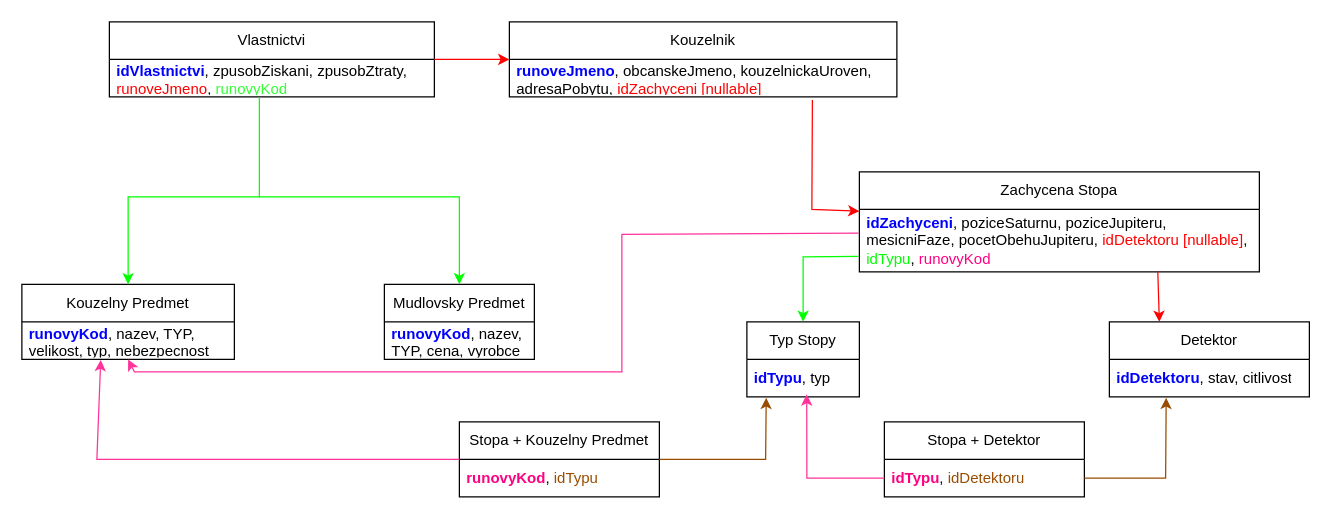
Dandys3900/IDS-Project keeps this draw.io diagram as relacnidatabaze.drawio. Above is the earlier version. Source tidied: cells renumbered, new cells numbered last; positions are measured from the earlier drawing's top-left corner, leaving out a move shared by most shapes. Both pictures are drawn from the tidied source at 125%, with x=0, y=0 at pixel (21, 21).
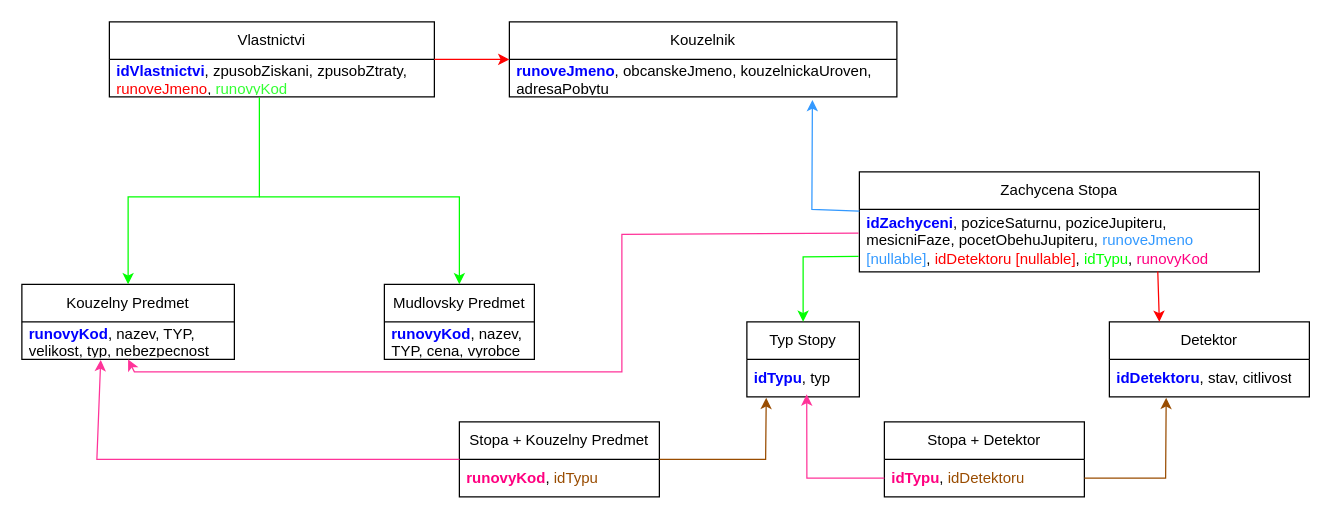
Above is the later version.

Unchanged cells that the change refers to:
```xml
<mxCell id="4" value="Kouzelnik" style="swimlane;fontStyle=0;horizontal=1;startSize=30;whiteSpace=wrap;html=1;" parent="1" vertex="1">
  <mxGeometry x="390" width="310" height="60" as="geometry" />
</mxCell>
<mxCell id="7" value="Zachycena Stopa" style="swimlane;fontStyle=0;horizontal=1;startSize=30;whiteSpace=wrap;html=1;" parent="1" vertex="1">
  <mxGeometry x="670" y="120" width="320" height="80" as="geometry" />
</mxCell>
```

What changed in the source:
```diff
@@
-    <mxCell id="5" value="&lt;b&gt;&lt;font color=&quot;#0000ff&quot;&gt;runoveJmeno&lt;/font&gt;&lt;/b&gt;, obcanskeJmeno, kouzelnickaUroven, adresaPobytu, &lt;font color=&quot;#ff0000&quot;&gt;idZachyceni [nullable]&lt;/font&gt;" style="text;strokeColor=none;fillColor=none;align=left;verticalAlign=middle;spacingLeft=4;spacingRight=4;overflow=hidden;points=[[0,0.5],[1,0.5]];portConstraint=eastwest;whiteSpace=wrap;html=1;" parent="4" vertex="1">
+    <mxCell id="5" value="&lt;b&gt;&lt;font color=&quot;#0000ff&quot;&gt;runoveJmeno&lt;/font&gt;&lt;/b&gt;, obcanskeJmeno, kouzelnickaUroven, adresaPobytu" style="text;strokeColor=none;fillColor=none;align=left;verticalAlign=middle;spacingLeft=4;spacingRight=4;overflow=hidden;points=[[0,0.5],[1,0.5]];portConstraint=eastwest;whiteSpace=wrap;html=1;" parent="4" vertex="1">
       <mxGeometry y="30" width="310" height="30" as="geometry" />
     </mxCell>
@@
-    <mxCell id="8" value="&lt;b&gt;&lt;font color=&quot;#0000ff&quot;&gt;idZachyceni&lt;/font&gt;&lt;/b&gt;, poziceSaturnu, poziceJupiteru, mesicniFaze, pocetObehuJupiteru,&amp;nbsp;&lt;font color=&quot;#ff0000&quot;&gt;idDetektoru [nullable]&lt;/font&gt;, &lt;font color=&quot;#00ff00&quot;&gt;idTypu&lt;/font&gt;, &lt;font color=&quot;#ff0080&quot;&gt;runovyKod&lt;/font&gt;" style="text;strokeColor=none;fillColor=none;align=left;verticalAlign=middle;spacingLeft=4;spacingRight=4;overflow=hidden;points=[[0,0.5],[1,0.5]];portConstraint=eastwest;whiteSpace=wrap;html=1;" parent="7" vertex="1">
+    <mxCell id="8" value="&lt;b&gt;&lt;font color=&quot;#0000ff&quot;&gt;idZachyceni&lt;/font&gt;&lt;/b&gt;, poziceSaturnu, poziceJupiteru, mesicniFaze, pocetObehuJupiteru, &lt;font color=&quot;#3399ff&quot;&gt;runoveJmeno [nullable]&lt;/font&gt;,&amp;nbsp;&lt;font color=&quot;#ff0000&quot;&gt;idDetektoru [nullable]&lt;/font&gt;, &lt;font color=&quot;#00ff00&quot;&gt;idTypu&lt;/font&gt;, &lt;font color=&quot;#ff0080&quot;&gt;runovyKod&lt;/font&gt;" style="text;strokeColor=none;fillColor=none;align=left;verticalAlign=middle;spacingLeft=4;spacingRight=4;overflow=hidden;points=[[0,0.5],[1,0.5]];portConstraint=eastwest;whiteSpace=wrap;html=1;" parent="7" vertex="1">
       <mxGeometry y="30" width="320" height="50" as="geometry" />
     </mxCell>
-    <mxCell id="9" style="endArrow=classic;html=1;rounded=0;exitX=0.782;exitY=1.083;exitDx=0;exitDy=0;exitPerimeter=0;entryX=0;entryY=0.028;entryDx=0;entryDy=0;entryPerimeter=0;strokeColor=#FF0000;" parent="1" edge="1" source="5" target="8">
-      <mxGeometry relative="1" as="geometry">
-        <Array as="points">
-          <mxPoint x="632" y="150" />
-        </Array>
-      </mxGeometry>
-    </mxCell>
@@
+    <mxCell id="9" style="endArrow=classic;html=1;rounded=0;exitX=0;exitY=0.028;exitDx=0;exitDy=0;exitPerimeter=0;entryX=0.782;entryY=1.083;entryDx=0;entryDy=0;entryPerimeter=0;strokeColor=#3399FF;" parent="1" edge="1" source="8" target="5">
+      <mxGeometry relative="1" as="geometry">
+        <Array as="points">
+          <mxPoint x="632" y="150" />
+        </Array>
+      </mxGeometry>
+    </mxCell>
```
